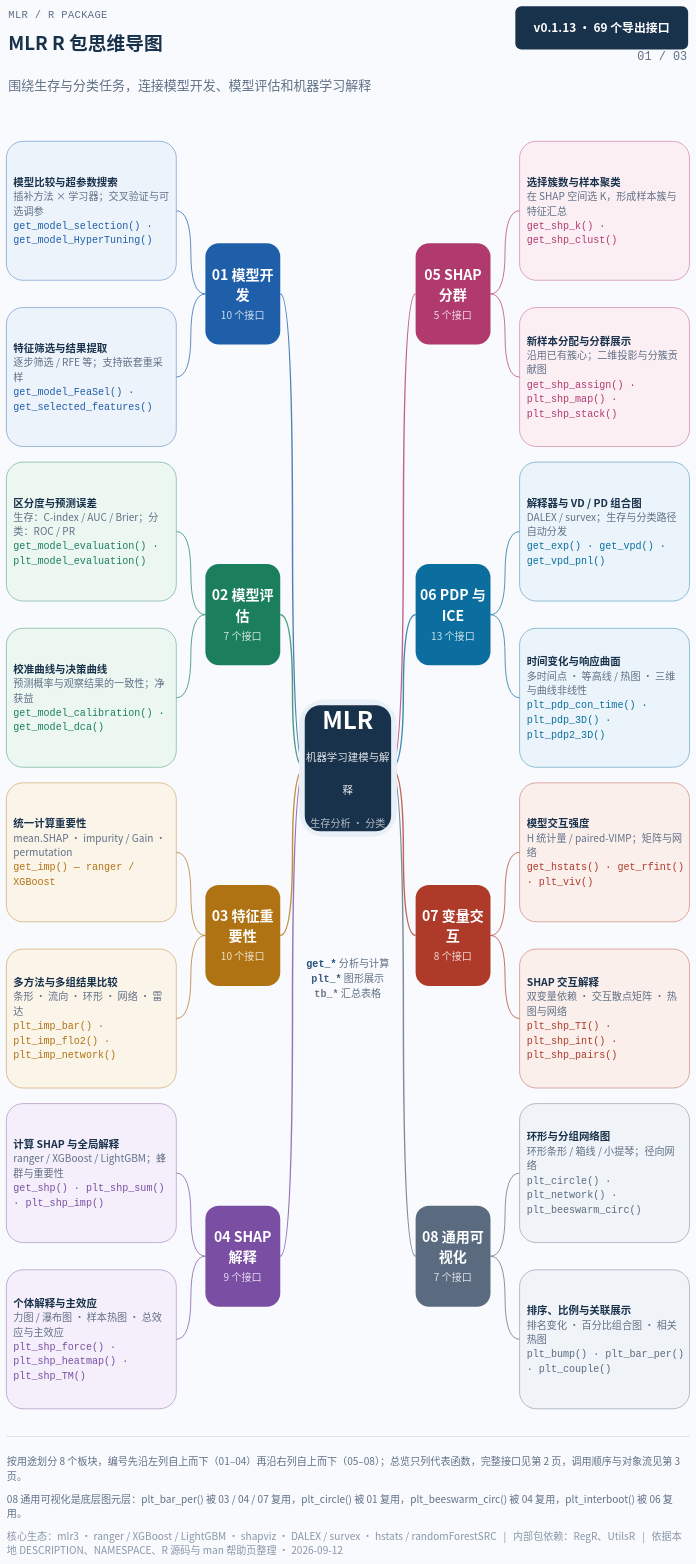
Earlier version of the draw.io diagram page "01 功能总览" (1 of 3) of docs/assets/module-maps/mlr/mlr-package-mindmap.drawio (HUI950319/Rnotes). Source tidied: cells renumbered, new cells numbered last; positions are measured from the earlier drawing's top-left corner, leaving out a move shared by most shapes. Both pictures are drawn from the tidied source at 36%, with x=0, y=0 at pixel (6, 6).
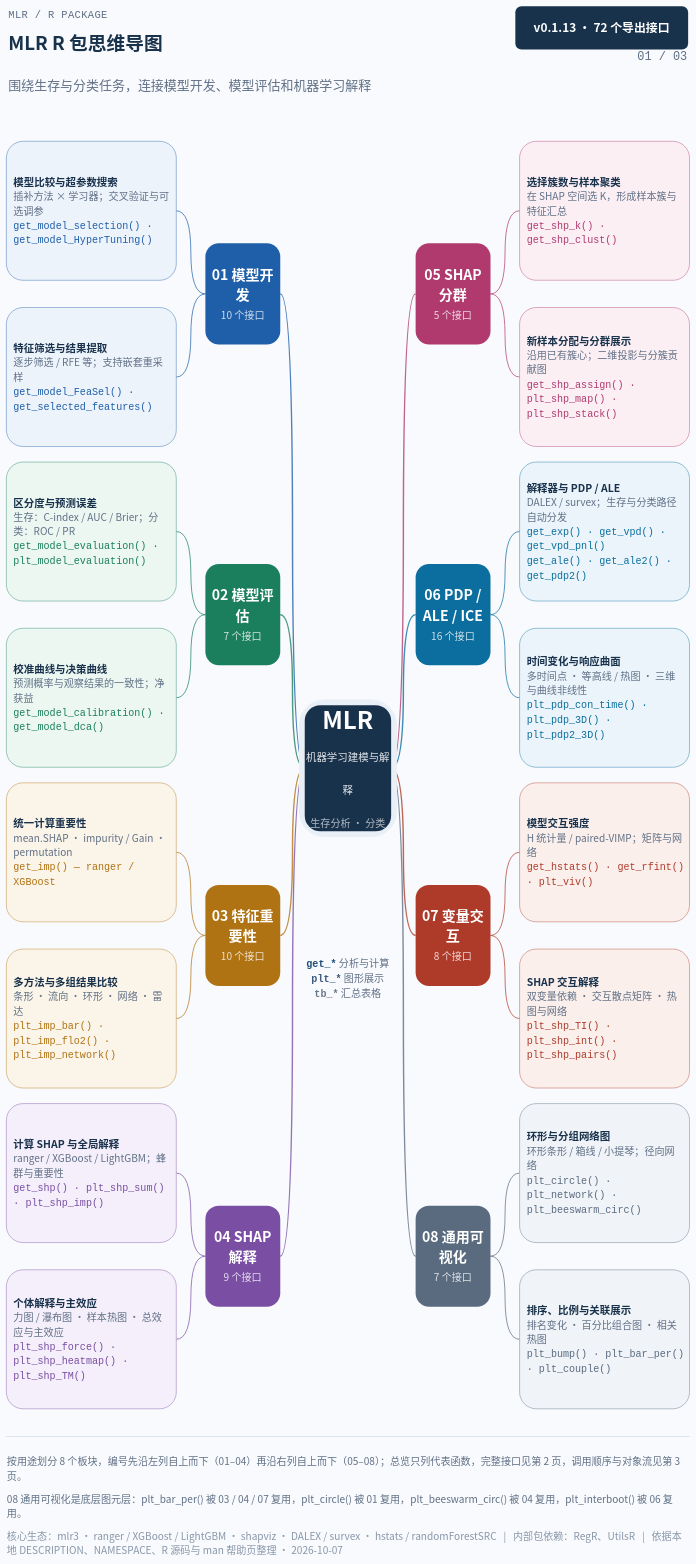
The same diagram, later.

The edit, as a diff of the source:
```diff
@@
-    <mxCell id="5" value="&lt;div style=&quot;overflow-wrap:anywhere;text-align:center;line-height:1.35;&quot;&gt;&lt;span style=&quot;font-family:'Microsoft YaHei','PingFang SC','Hiragino Sans GB','Noto Sans CJK SC',sans-serif;font-size:33px;color:#FFFFFF;font-weight:700&quot;&gt;v0.1.13 · 69 个导出接口&lt;/span&gt;&lt;/div&gt;" style="rounded=1;arcSize=14;whiteSpace=wrap;html=1;fillColor=#19324C;strokeColor=none;fontFamily=Microsoft YaHei;fontSize=33;fontColor=#FFFFFF;align=center;verticalAlign=middle;fontStyle=1;" parent="1" vertex="1">
+    <mxCell id="5" value="&lt;div style=&quot;overflow-wrap:anywhere;text-align:center;line-height:1.35;&quot;&gt;&lt;span style=&quot;font-family:'Microsoft YaHei','PingFang SC','Hiragino Sans GB','Noto Sans CJK SC',sans-serif;font-size:33px;color:#FFFFFF;font-weight:700&quot;&gt;v0.1.13 · 72 个导出接口&lt;/span&gt;&lt;/div&gt;" style="rounded=1;arcSize=14;whiteSpace=wrap;html=1;fillColor=#19324C;strokeColor=none;fontFamily=Microsoft YaHei;fontSize=33;fontColor=#FFFFFF;align=center;verticalAlign=middle;fontStyle=1;" parent="1" vertex="1">
       <mxGeometry x="1414" width="480" height="120" as="geometry" />
     </mxCell>
@@
-    <mxCell id="38" value="&lt;div style=&quot;overflow-wrap:anywhere;text-align:center;line-height:1.35;&quot;&gt;&lt;span style=&quot;font-family:'Microsoft YaHei','PingFang SC','Hiragino Sans GB','Noto Sans CJK SC',sans-serif;font-size:39px;color:#FFFFFF;font-weight:700&quot;&gt;06 PDP 与 ICE&lt;/span&gt;&lt;/div&gt;&lt;div style=&quot;text-align:center;line-height:1.35;&quot;&gt;&lt;span style=&quot;font-family:'Microsoft YaHei','PingFang SC','Hiragino Sans GB','Noto Sans CJK SC',sans-serif;font-size:28px;color:#FFFFFFCC;font-weight:400&quot;&gt;13 个接口&lt;/span&gt;&lt;/div&gt;" style="rounded=1;arcSize=18;whiteSpace=wrap;html=1;fillColor=#0B6E9E;strokeColor=none;fontFamily=Microsoft YaHei;fontSize=39;fontColor=#FFFFFF;align=center;verticalAlign=middle;fontStyle=1;" parent="1" vertex="1">
+    <mxCell id="38" value="&lt;div style=&quot;overflow-wrap:anywhere;text-align:center;line-height:1.35;&quot;&gt;&lt;span style=&quot;font-family:'Microsoft YaHei','PingFang SC','Hiragino Sans GB','Noto Sans CJK SC',sans-serif;font-size:39px;color:#FFFFFF;font-weight:700&quot;&gt;06 PDP / ALE / ICE&lt;/span&gt;&lt;/div&gt;&lt;div style=&quot;text-align:center;line-height:1.35;&quot;&gt;&lt;span style=&quot;font-family:'Microsoft YaHei','PingFang SC','Hiragino Sans GB','Noto Sans CJK SC',sans-serif;font-size:28px;color:#FFFFFFCC;font-weight:400&quot;&gt;16 个接口&lt;/span&gt;&lt;/div&gt;" style="rounded=1;arcSize=18;whiteSpace=wrap;html=1;fillColor=#0B6E9E;strokeColor=none;fontFamily=Microsoft YaHei;fontSize=39;fontColor=#FFFFFF;align=center;verticalAlign=middle;fontStyle=1;" parent="1" vertex="1">
       <mxGeometry x="1137" y="1549.5" width="208" height="280.8" as="geometry" />
     </mxCell>
@@
-    <mxCell id="40" value="&lt;div style=&quot;overflow-wrap:anywhere;text-align:left;line-height:1.35;&quot;&gt;&lt;span style=&quot;font-family:'Microsoft YaHei','PingFang SC','Hiragino Sans GB','Noto Sans CJK SC',sans-serif;font-size:29px;color:#19324C;font-weight:700&quot;&gt;解释器与 VD / PD 组合图&lt;/span&gt;&lt;/div&gt;&lt;div style=&quot;text-align:left;line-height:1.35;&quot;&gt;&lt;span style=&quot;font-family:'Microsoft YaHei','PingFang SC','Hiragino Sans GB','Noto Sans CJK SC',sans-serif;font-size:28px;color:#607086;font-weight:400&quot;&gt;DALEX / survex；生存与分类路径自动分发&lt;/span&gt;&lt;/div&gt;&lt;div style=&quot;text-align:left;line-height:1.35;&quot;&gt;&lt;span style=&quot;font-family:Consolas,'SF Mono',Menlo,'DejaVu Sans Mono',monospace;font-size:28px;color:#0B6E9E;font-weight:400&quot;&gt;get_exp() · get_vpd() · get_vpd_pnl()&lt;/span&gt;&lt;/div&gt;" style="rounded=1;arcSize=12;whiteSpace=wrap;html=1;fillColor=#EAF4FA;strokeColor=#0B6E9E;strokeWidth=1.15;fontFamily=Microsoft YaHei;fontSize=29;fontColor=#19324C;align=left;verticalAlign=middle;spacingLeft=18;spacingRight=14;" parent="1" vertex="1">
+    <mxCell id="40" value="&lt;div style=&quot;overflow-wrap:anywhere;text-align:left;line-height:1.35;&quot;&gt;&lt;span style=&quot;font-family:'Microsoft YaHei','PingFang SC','Hiragino Sans GB','Noto Sans CJK SC',sans-serif;font-size:29px;color:#19324C;font-weight:700&quot;&gt;解释器与 PDP / ALE&lt;/span&gt;&lt;/div&gt;&lt;div style=&quot;text-align:left;line-height:1.35;&quot;&gt;&lt;span style=&quot;font-family:'Microsoft YaHei','PingFang SC','Hiragino Sans GB','Noto Sans CJK SC',sans-serif;font-size:28px;color:#607086;font-weight:400&quot;&gt;DALEX / survex；生存与分类路径自动分发&lt;/span&gt;&lt;/div&gt;&lt;div style=&quot;text-align:left;line-height:1.35;&quot;&gt;&lt;span style=&quot;font-family:Consolas,'SF Mono',Menlo,'DejaVu Sans Mono',monospace;font-size:28px;color:#0B6E9E;font-weight:400&quot;&gt;get_exp() · get_vpd() · get_vpd_pnl()&lt;br&gt;get_ale() · get_ale2() · get_pdp2()&lt;/span&gt;&lt;/div&gt;" style="rounded=1;arcSize=12;whiteSpace=wrap;html=1;fillColor=#EAF4FA;strokeColor=#0B6E9E;strokeWidth=1.15;fontFamily=Microsoft YaHei;fontSize=29;fontColor=#19324C;align=left;verticalAlign=middle;spacingLeft=18;spacingRight=14;" parent="1" vertex="1">
       <mxGeometry x="1425.8" y="1266" width="472" height="386.1" as="geometry" />
     </mxCell>
@@
-    <mxCell id="61" value="&lt;div style=&quot;overflow-wrap:anywhere;text-align:left;line-height:1.35;&quot;&gt;&lt;span style=&quot;font-family:'Microsoft YaHei','PingFang SC','Hiragino Sans GB','Noto Sans CJK SC',sans-serif;font-size:28px;color:#8896A8;font-weight:400&quot;&gt;核心生态：mlr3 · ranger / XGBoost / LightGBM · shapviz · DALEX / survex · hstats / randomForestSRC   |   内部包依赖：RegR、UtilsR   |   依据本地 DESCRIPTION、NAMESPACE、R 源码与 man 帮助页整理 · 2026-09-12&lt;/span&gt;&lt;/div&gt;" style="text=1;html=1;whiteSpace=wrap;strokeColor=none;fillColor=none;align=left;verticalAlign=middle;fontFamily=Microsoft YaHei;fontSize=28;fontColor=#8896A8;" parent="1" vertex="1">
+    <mxCell id="61" value="&lt;div style=&quot;overflow-wrap:anywhere;text-align:left;line-height:1.35;&quot;&gt;&lt;span style=&quot;font-family:'Microsoft YaHei','PingFang SC','Hiragino Sans GB','Noto Sans CJK SC',sans-serif;font-size:28px;color:#8896A8;font-weight:400&quot;&gt;核心生态：mlr3 · ranger / XGBoost / LightGBM · shapviz · DALEX / survex · hstats / randomForestSRC   |   内部包依赖：RegR、UtilsR   |   依据本地 DESCRIPTION、NAMESPACE、R 源码与 man 帮助页整理 · 2026-10-07&lt;/span&gt;&lt;/div&gt;" style="text=1;html=1;whiteSpace=wrap;strokeColor=none;fillColor=none;align=left;verticalAlign=middle;fontFamily=Microsoft YaHei;fontSize=28;fontColor=#8896A8;" parent="1" vertex="1">
       <mxGeometry x="0.2" y="4230.6" width="1880" height="78.3" as="geometry" />
     </mxCell>
```
